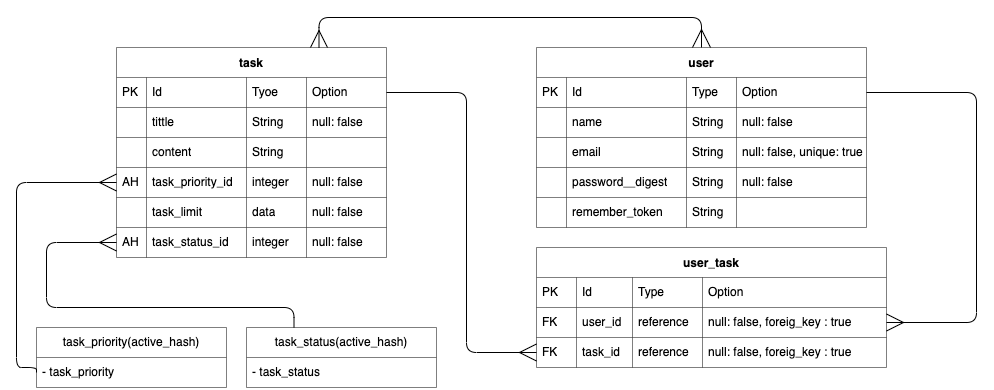
Fablic/training keeps this draw.io diagram as myapp/ER.png. Above is the earlier version. Source tidied: cells renumbered, new cells last; positions are measured from the earlier drawing's top-left corner, leaving out a move shared by most shapes.
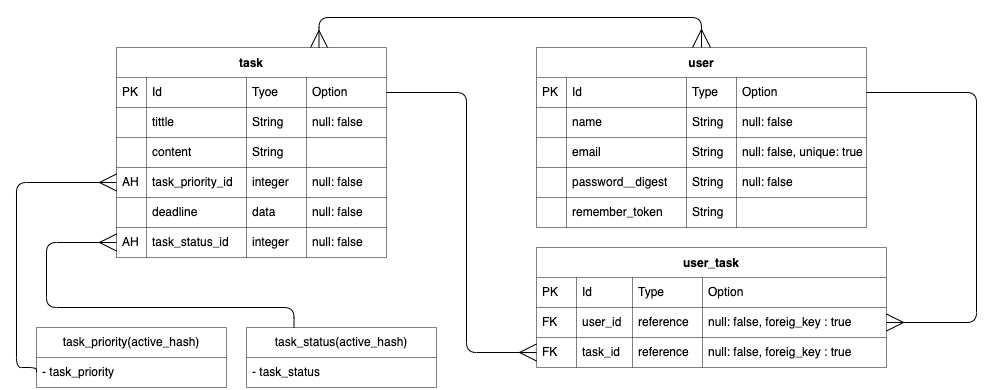
The same file after the commit.

What changed in the source:
```diff
@@ -71,7 +71,7 @@
     <mxCell id="24" style="shape=partialRectangle;html=1;whiteSpace=wrap;fillColor=none;top=0;left=0;bottom=0;right=0;overflow=hidden;sketch=0;strokeWidth=1;opacity=50;align=left;spacingLeft=4;" parent="23" vertex="1">
       <mxGeometry width="30" height="30" as="geometry" />
     </mxCell>
-    <mxCell id="25" value="task_limit" style="shape=partialRectangle;html=1;whiteSpace=wrap;fillColor=none;top=0;left=0;bottom=0;right=0;overflow=hidden;sketch=0;strokeWidth=1;opacity=50;align=left;spacingLeft=4;" parent="23" vertex="1">
+    <mxCell id="25" value="deadline" style="shape=partialRectangle;html=1;whiteSpace=wrap;fillColor=none;top=0;left=0;bottom=0;right=0;overflow=hidden;sketch=0;strokeWidth=1;opacity=50;align=left;spacingLeft=4;" parent="23" vertex="1">
       <mxGeometry x="30" width="100" height="30" as="geometry" />
     </mxCell>
     <mxCell id="26" value="data" style="shape=partialRectangle;html=1;whiteSpace=wrap;fillColor=none;top=0;left=0;bottom=0;right=0;overflow=hidden;sketch=0;strokeWidth=1;opacity=50;align=left;spacingLeft=4;" parent="23" vertex="1">
```
